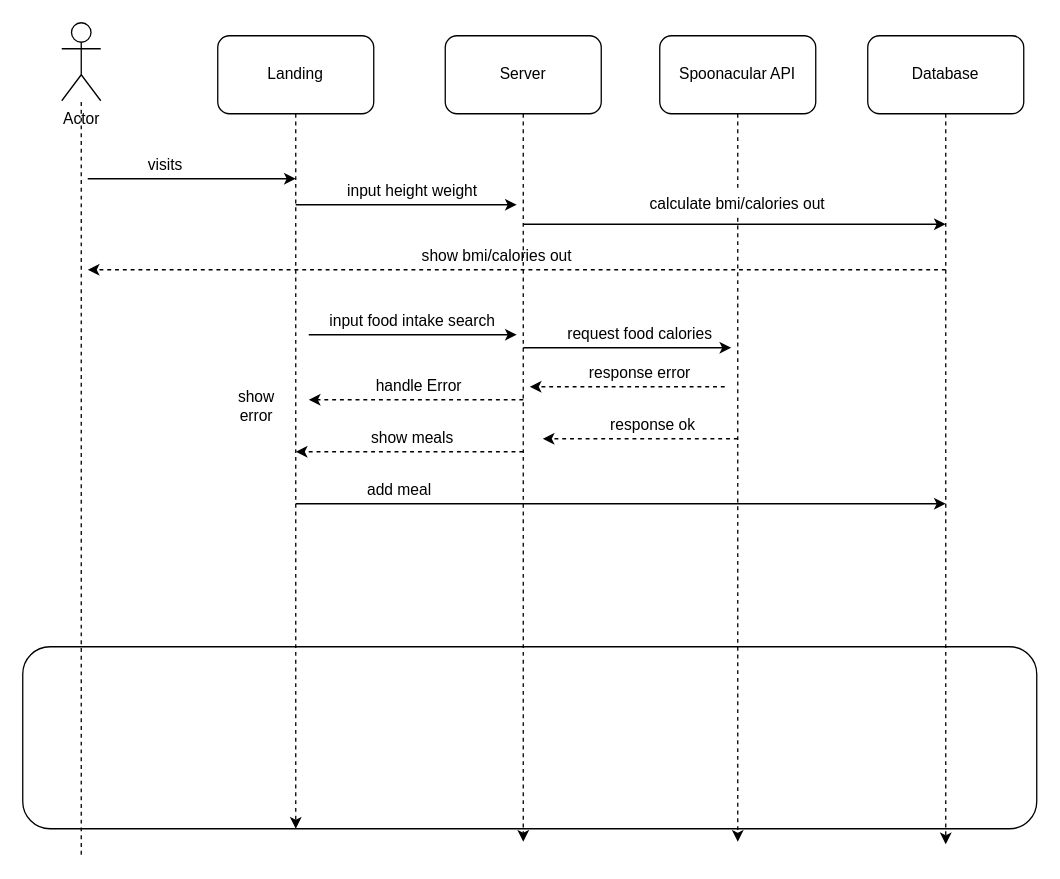
VirginiaWu11/Capstone1 keeps this draw.io diagram as Capstone1 Diagram.drawio. Above is the earlier version. Source tidied: cells renumbered, new cells numbered last; positions are measured from the earlier drawing's top-left corner, leaving out a move shared by most shapes. Both pictures are drawn from the tidied source at 130%, with x=0, y=0 at pixel (22, 22).
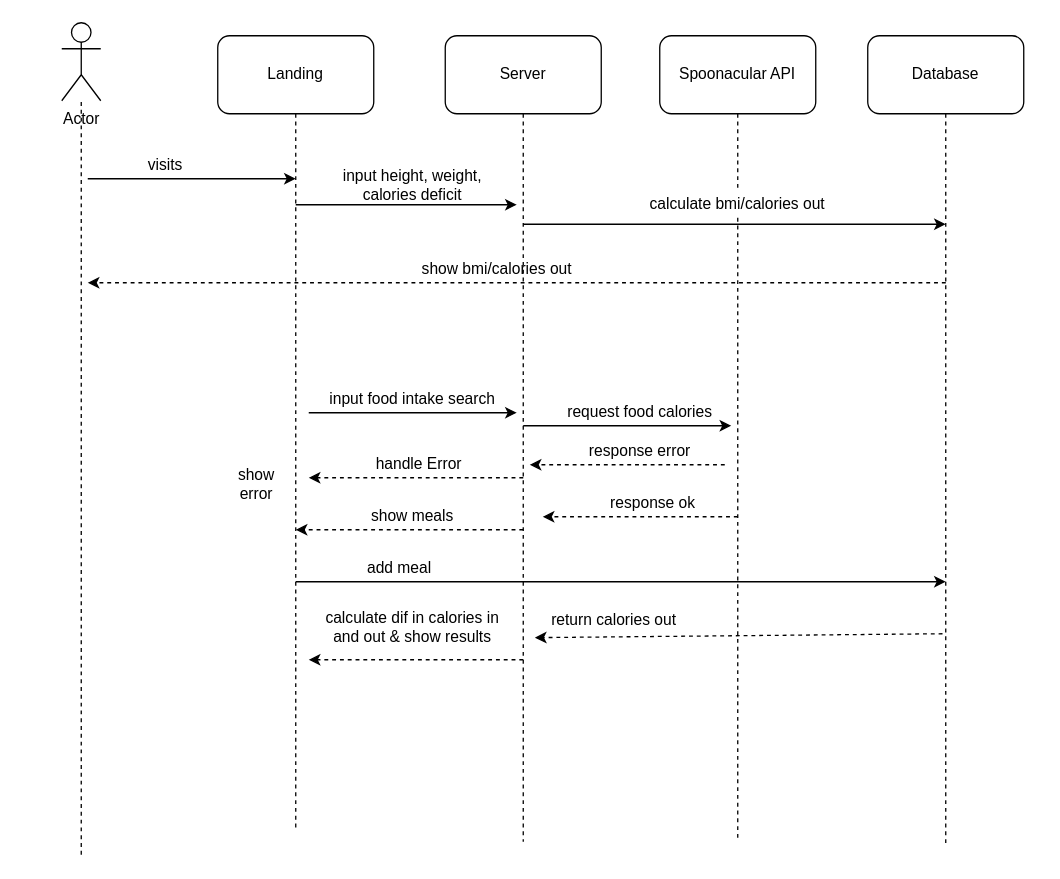
The same page after the edit.

The change refers to these unchanged cells:
```xml
<mxCell id="3" value="Landing" style="rounded=1;whiteSpace=wrap;html=1;" parent="1" vertex="1">
  <mxGeometry x="150" y="10" width="120" height="60" as="geometry" />
</mxCell>
<mxCell id="5" value="Server" style="rounded=1;whiteSpace=wrap;html=1;" parent="1" vertex="1">
  <mxGeometry x="325" y="10" width="120" height="60" as="geometry" />
</mxCell>
<mxCell id="9" value="Database" style="rounded=1;whiteSpace=wrap;html=1;" parent="1" vertex="1">
  <mxGeometry x="650" y="10" width="120" height="60" as="geometry" />
</mxCell>
<mxCell id="17" value="calculate bmi/calories out" style="text;html=1;strokeColor=none;fillColor=none;align=center;verticalAlign=middle;whiteSpace=wrap;rounded=0;" parent="1" vertex="1">
  <mxGeometry x="470" y="130" width="160" height="20" as="geometry" />
</mxCell>
```

What changed in the source:
```diff
@@
-    <mxCell id="2" style="edgeStyle=orthogonalEdgeStyle;rounded=0;jettySize=auto;html=1;dashed=1;" parent="1" edge="1" source="3">
+    <mxCell id="2" style="edgeStyle=orthogonalEdgeStyle;rounded=0;jettySize=auto;html=1;dashed=1;endArrow=none;endFill=0;" parent="1" edge="1" source="3">
       <mxGeometry relative="1" as="geometry">
         <mxPoint x="210" y="620" as="targetPoint" />
         <Array as="points">
           <mxPoint x="210" y="140" />
           <mxPoint x="210" y="140" />
         </Array>
       </mxGeometry>
     </mxCell>
@@
-    <mxCell id="4" style="edgeStyle=orthogonalEdgeStyle;rounded=0;jettySize=auto;html=1;dashed=1;" parent="1" edge="1" source="5">
+    <mxCell id="4" style="edgeStyle=orthogonalEdgeStyle;rounded=0;jettySize=auto;html=1;dashed=1;endArrow=none;endFill=0;" parent="1" edge="1" source="5">
       <mxGeometry relative="1" as="geometry">
         <mxPoint x="385" y="630" as="targetPoint" />
       </mxGeometry>
     </mxCell>
@@
-    <mxCell id="6" style="edgeStyle=orthogonalEdgeStyle;rounded=0;jettySize=auto;html=1;exitX=0.5;exitY=1;exitDx=0;exitDy=0;dashed=1;startArrow=none;" parent="1" edge="1" source="17">
+    <mxCell id="6" style="edgeStyle=orthogonalEdgeStyle;rounded=0;jettySize=auto;html=1;exitX=0.5;exitY=1;exitDx=0;exitDy=0;dashed=1;startArrow=none;endArrow=none;endFill=0;" parent="1" edge="1" source="17">
       <mxGeometry relative="1" as="geometry">
         <mxPoint x="550" y="630" as="targetPoint" />
       </mxGeometry>
     </mxCell>
@@
-    <mxCell id="8" style="edgeStyle=orthogonalEdgeStyle;rounded=0;jettySize=auto;html=1;dashed=1;" parent="1" edge="1" source="9">
+    <mxCell id="8" style="edgeStyle=orthogonalEdgeStyle;rounded=0;jettySize=auto;html=1;dashed=1;endArrow=none;endFill=0;" parent="1" edge="1" source="9">
       <mxGeometry relative="1" as="geometry">
         <mxPoint x="710" y="632" as="targetPoint" />
       </mxGeometry>
     </mxCell>
@@
-    <mxCell id="15" value="input height weight" style="text;html=1;strokeColor=none;fillColor=none;align=center;verticalAlign=middle;whiteSpace=wrap;rounded=0;" parent="1" vertex="1">
-      <mxGeometry x="240" y="120" width="120" height="20" as="geometry" />
+    <mxCell id="15" value="input height, weight, calories deficit" style="text;html=1;strokeColor=none;fillColor=none;align=center;verticalAlign=middle;whiteSpace=wrap;rounded=0;" parent="1" vertex="1">
+      <mxGeometry x="225" y="110" width="150" height="30" as="geometry" />
     </mxCell>
@@
-    <mxCell id="19" style="rounded=1;whiteSpace=wrap;html=1;gradientColor=#ffffff;fillColor=none;" parent="1" vertex="1">
-      <mxGeometry y="480" width="780" height="140" as="geometry" />
-    </mxCell>
     <mxCell id="20" style="endArrow=classic;html=1;dashed=1;" parent="1" edge="1">
       <mxGeometry relative="1" as="geometry">
-        <mxPoint x="710" y="190" as="sourcePoint" />
-        <mxPoint x="50" y="190" as="targetPoint" />
+        <mxPoint x="710" y="200" as="sourcePoint" />
+        <mxPoint x="50" y="200" as="targetPoint" />
       </mxGeometry>
     </mxCell>
     <mxCell id="21" value="show bmi/calories out" style="text;html=1;strokeColor=none;fillColor=none;align=center;verticalAlign=middle;whiteSpace=wrap;rounded=0;" parent="1" vertex="1">
-      <mxGeometry x="300" y="170" width="130" height="20" as="geometry" />
+      <mxGeometry x="300" y="180" width="130" height="20" as="geometry" />
     </mxCell>
     <mxCell id="22" style="endArrow=classic;html=1;" parent="1" edge="1">
       <mxGeometry relative="1" as="geometry">
-        <mxPoint x="220" y="240" as="sourcePoint" />
-        <mxPoint x="380" y="240" as="targetPoint" />
+        <mxPoint x="220" y="300" as="sourcePoint" />
+        <mxPoint x="380" y="300" as="targetPoint" />
         <Array as="points">
-          <mxPoint x="250" y="240" />
-          <mxPoint x="320" y="240" />
+          <mxPoint x="250" y="300" />
+          <mxPoint x="320" y="300" />
         </Array>
       </mxGeometry>
     </mxCell>
     <mxCell id="23" value="input food intake search" style="text;html=1;strokeColor=none;fillColor=none;align=center;verticalAlign=middle;whiteSpace=wrap;rounded=0;" parent="1" vertex="1">
-      <mxGeometry x="230" y="220" width="140" height="20" as="geometry" />
+      <mxGeometry x="230" y="280" width="140" height="20" as="geometry" />
     </mxCell>
     <mxCell id="24" style="endArrow=classic;html=1;" parent="1" edge="1">
       <mxGeometry relative="1" as="geometry">
-        <mxPoint x="385" y="250" as="sourcePoint" />
-        <mxPoint x="545" y="250" as="targetPoint" />
+        <mxPoint x="385" y="310" as="sourcePoint" />
+        <mxPoint x="545" y="310" as="targetPoint" />
         <Array as="points">
-          <mxPoint x="415" y="250" />
-          <mxPoint x="485" y="250" />
+          <mxPoint x="415" y="310" />
+          <mxPoint x="485" y="310" />
         </Array>
       </mxGeometry>
     </mxCell>
     <mxCell id="25" value="request food calories" style="text;html=1;strokeColor=none;fillColor=none;align=center;verticalAlign=middle;whiteSpace=wrap;rounded=0;" parent="1" vertex="1">
-      <mxGeometry x="410" y="230" width="130" height="20" as="geometry" />
+      <mxGeometry x="410" y="290" width="130" height="20" as="geometry" />
     </mxCell>
     <mxCell id="26" style="endArrow=classic;html=1;dashed=1;" parent="1" edge="1">
       <mxGeometry relative="1" as="geometry">
-        <mxPoint x="540" y="280" as="sourcePoint" />
-        <mxPoint x="390" y="280" as="targetPoint" />
+        <mxPoint x="540" y="340" as="sourcePoint" />
+        <mxPoint x="390" y="340" as="targetPoint" />
       </mxGeometry>
     </mxCell>
     <mxCell id="27" value="response error" style="text;html=1;strokeColor=none;fillColor=none;align=center;verticalAlign=middle;whiteSpace=wrap;rounded=0;" parent="1" vertex="1">
-      <mxGeometry x="410" y="260" width="130" height="20" as="geometry" />
+      <mxGeometry x="410" y="320" width="130" height="20" as="geometry" />
     </mxCell>
     <mxCell id="28" style="endArrow=classic;html=1;dashed=1;" parent="1" edge="1">
       <mxGeometry relative="1" as="geometry">
-        <mxPoint x="385" y="290" as="sourcePoint" />
-        <mxPoint x="220" y="290" as="targetPoint" />
+        <mxPoint x="385" y="350" as="sourcePoint" />
+        <mxPoint x="220" y="350" as="targetPoint" />
       </mxGeometry>
     </mxCell>
     <mxCell id="29" value="handle Error" style="text;html=1;strokeColor=none;fillColor=none;align=center;verticalAlign=middle;whiteSpace=wrap;rounded=0;" parent="1" vertex="1">
-      <mxGeometry x="240" y="270" width="130" height="20" as="geometry" />
+      <mxGeometry x="240" y="330" width="130" height="20" as="geometry" />
     </mxCell>
     <mxCell id="30" value="show error" style="text;html=1;strokeColor=none;fillColor=none;align=center;verticalAlign=middle;whiteSpace=wrap;rounded=0;" parent="1" vertex="1">
-      <mxGeometry x="160" y="280" width="40" height="30" as="geometry" />
+      <mxGeometry x="160" y="340" width="40" height="30" as="geometry" />
     </mxCell>
     <mxCell id="31" style="endArrow=classic;html=1;dashed=1;" parent="1" edge="1">
       <mxGeometry relative="1" as="geometry">
-        <mxPoint x="550" y="320" as="sourcePoint" />
-        <mxPoint x="400" y="320" as="targetPoint" />
+        <mxPoint x="550" y="380" as="sourcePoint" />
+        <mxPoint x="400" y="380" as="targetPoint" />
         <Array as="points">
-          <mxPoint x="480" y="320" />
+          <mxPoint x="480" y="380" />
         </Array>
       </mxGeometry>
     </mxCell>
     <mxCell id="32" value="response ok" style="text;html=1;strokeColor=none;fillColor=none;align=center;verticalAlign=middle;whiteSpace=wrap;rounded=0;" parent="1" vertex="1">
-      <mxGeometry x="420" y="300" width="130" height="20" as="geometry" />
+      <mxGeometry x="420" y="360" width="130" height="20" as="geometry" />
     </mxCell>
     <mxCell id="33" style="endArrow=classic;html=1;dashed=1;" parent="1" edge="1">
       <mxGeometry relative="1" as="geometry">
-        <mxPoint x="385" y="330" as="sourcePoint" />
-        <mxPoint x="210" y="330" as="targetPoint" />
+        <mxPoint x="385" y="390" as="sourcePoint" />
+        <mxPoint x="210" y="390" as="targetPoint" />
         <Array as="points">
-          <mxPoint x="315" y="330" />
+          <mxPoint x="315" y="390" />
         </Array>
       </mxGeometry>
     </mxCell>
     <mxCell id="34" value="show meals" style="text;html=1;strokeColor=none;fillColor=none;align=center;verticalAlign=middle;whiteSpace=wrap;rounded=0;" parent="1" vertex="1">
-      <mxGeometry x="235" y="310" width="130" height="20" as="geometry" />
+      <mxGeometry x="235" y="370" width="130" height="20" as="geometry" />
     </mxCell>
     <mxCell id="35" style="endArrow=classic;html=1;" parent="1" edge="1">
       <mxGeometry relative="1" as="geometry">
-        <mxPoint x="210" y="370" as="sourcePoint" />
-        <mxPoint x="710" y="370" as="targetPoint" />
+        <mxPoint x="210" y="430" as="sourcePoint" />
+        <mxPoint x="710" y="430" as="targetPoint" />
         <Array as="points">
-          <mxPoint x="250" y="370" />
+          <mxPoint x="250" y="430" />
         </Array>
       </mxGeometry>
     </mxCell>
     <mxCell id="36" value="add meal" style="text;html=1;strokeColor=none;fillColor=none;align=center;verticalAlign=middle;whiteSpace=wrap;rounded=0;" parent="1" vertex="1">
-      <mxGeometry x="220" y="350" width="140" height="20" as="geometry" />
+      <mxGeometry x="220" y="410" width="140" height="20" as="geometry" />
     </mxCell>
+    <mxCell id="37" style="endArrow=classic;html=1;dashed=1;entryX=0.064;entryY=1.15;entryDx=0;entryDy=0;entryPerimeter=0;" parent="1" edge="1" target="38">
+      <mxGeometry relative="1" as="geometry">
+        <mxPoint x="707.5" y="470" as="sourcePoint" />
+      </mxGeometry>
+    </mxCell>
+    <mxCell id="38" value="return calories out" style="text;html=1;strokeColor=none;fillColor=none;align=center;verticalAlign=middle;whiteSpace=wrap;rounded=0;" parent="1" vertex="1">
+      <mxGeometry x="385" y="450" width="140" height="20" as="geometry" />
+    </mxCell>
+    <mxCell id="39" value="calculate dif in calories in and out &amp;amp; show results" style="text;html=1;strokeColor=none;fillColor=none;align=center;verticalAlign=middle;whiteSpace=wrap;rounded=0;" parent="1" vertex="1">
+      <mxGeometry x="230" y="450" width="140" height="30" as="geometry" />
+    </mxCell>
+    <mxCell id="40" style="endArrow=classic;html=1;dashed=1;" parent="1" edge="1">
+      <mxGeometry relative="1" as="geometry">
+        <mxPoint x="385" y="490" as="sourcePoint" />
+        <mxPoint x="220" y="490" as="targetPoint" />
+      </mxGeometry>
+    </mxCell>
```
